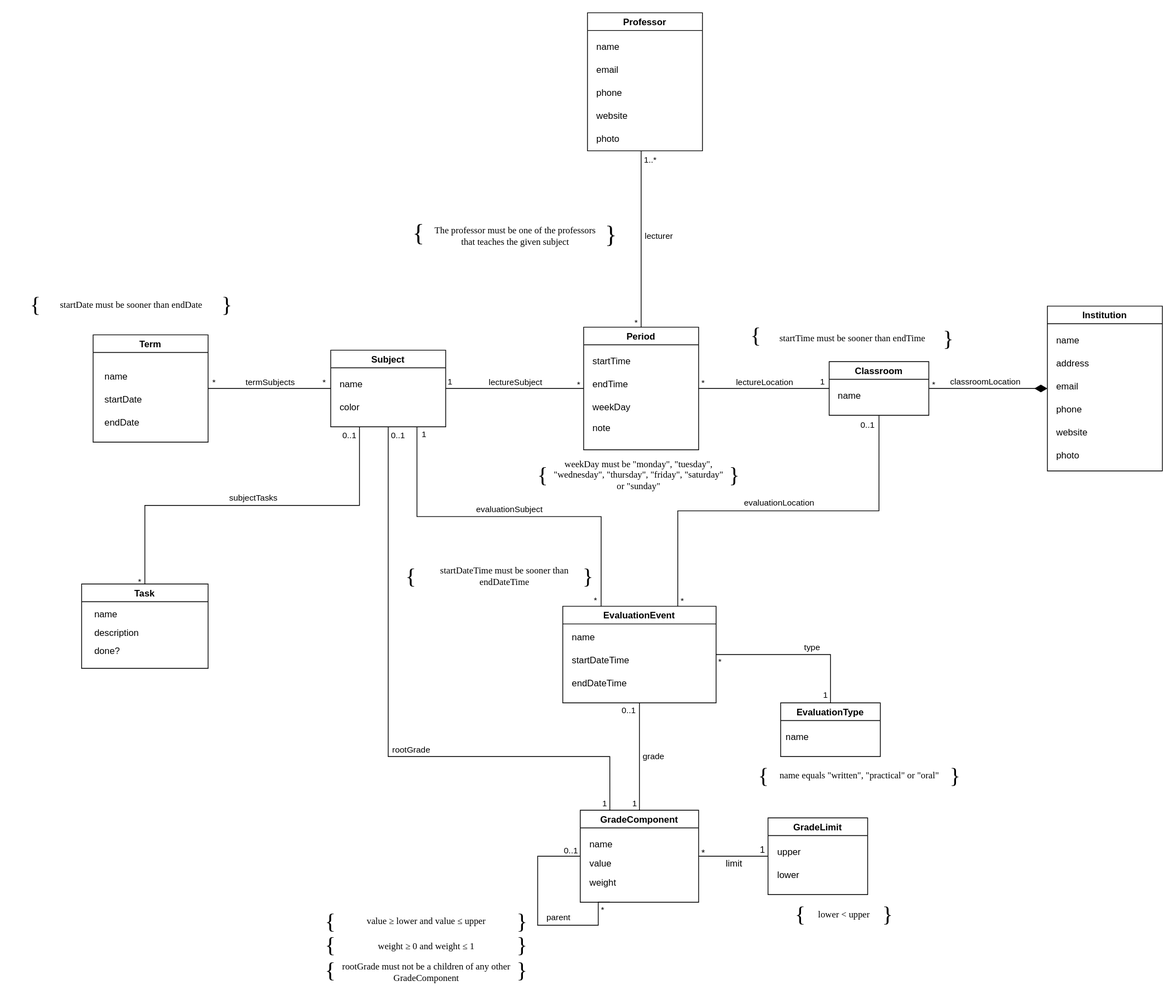
Earlier version of the draw.io export docs/uml.svg (dendinho-e-bolinha/bd). Source tidied: cells renumbered, new cells last; positions are measured from the earlier drawing's top-left corner, leaving out a move shared by most shapes.
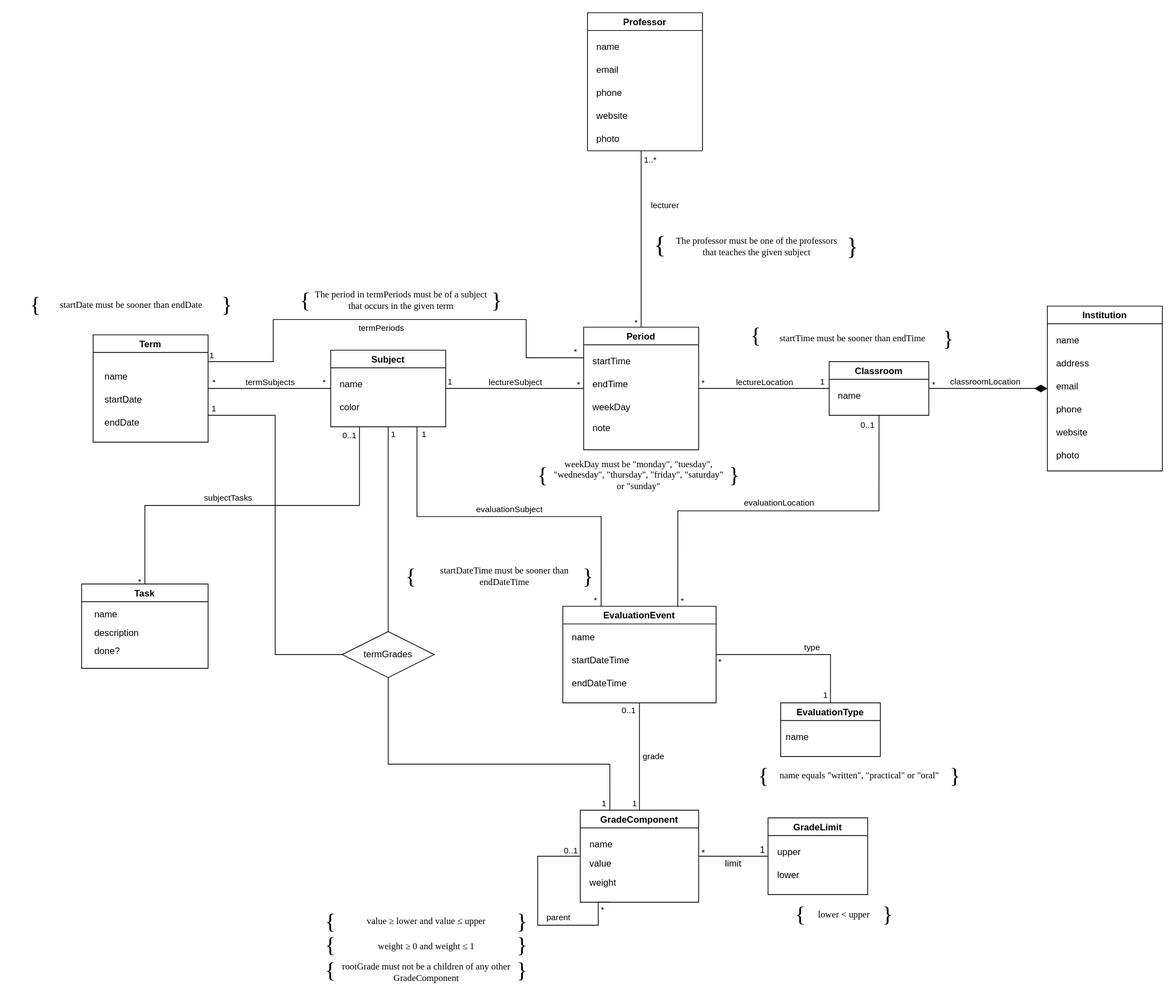
After the commit.

Change to the diagram source:
```diff
@@ -235,13 +235,13 @@
       </mxGeometry>
     </mxCell>
     <mxCell id="67" value="The professor must be one of the professors that teaches the given subject" style="text;html=1;strokeColor=none;fillColor=none;align=center;verticalAlign=middle;whiteSpace=wrap;rounded=0;fontFamily=Verdana;" parent="1" vertex="1">
-      <mxGeometry x="541" y="266" width="230" height="50" as="geometry" />
+      <mxGeometry x="855.5" y="280" width="230" height="50" as="geometry" />
     </mxCell>
     <mxCell id="68" value="&lt;font style=&quot;font-size: 32px;&quot; face=&quot;Verdana&quot;&gt;}&lt;/font&gt;" style="text;html=1;strokeColor=none;fillColor=none;align=center;verticalAlign=middle;whiteSpace=wrap;rounded=0;fontSize=32;" parent="1" vertex="1">
-      <mxGeometry x="751" y="274" width="60" height="30" as="geometry" />
+      <mxGeometry x="1065.5" y="290" width="60" height="30" as="geometry" />
     </mxCell>
     <mxCell id="69" value="&lt;font style=&quot;font-size: 32px;&quot; face=&quot;Verdana&quot;&gt;{&lt;/font&gt;" style="text;html=1;strokeColor=none;fillColor=none;align=center;verticalAlign=middle;whiteSpace=wrap;rounded=0;fontSize=32;" parent="1" vertex="1">
-      <mxGeometry x="500" y="272" width="60" height="30" as="geometry" />
+      <mxGeometry x="814.5" y="288" width="60" height="30" as="geometry" />
     </mxCell>
     <mxCell id="70" style="endArrow=none;html=1;rounded=0;entryX=0.25;entryY=0;entryDx=0;entryDy=0;exitX=0.75;exitY=1;exitDx=0;exitDy=0;edgeStyle=orthogonalEdgeStyle;endFill=0;" parent="1" edge="1" source="6" target="55">
       <mxGeometry relative="1" as="geometry" />
@@ -320,7 +320,7 @@
     </mxCell>
     <mxCell id="87" value="lecturer" style="edgeLabel;html=1;align=center;verticalAlign=middle;labelBackgroundColor=default;" parent="86" vertex="1">
       <mxGeometry relative="1" as="geometry">
-        <mxPoint x="22" y="-5" as="offset" />
+        <mxPoint x="30" y="-45" as="offset" />
       </mxGeometry>
     </mxCell>
     <mxCell id="88" value="1..*" style="edgeLabel;html=1;align=left;verticalAlign=bottom;labelBackgroundColor=none;" parent="86" vertex="1">
@@ -350,7 +350,7 @@
     </mxCell>
     <mxCell id="95" value="subjectTasks" style="edgeLabel;html=1;align=center;verticalAlign=middle;labelBackgroundColor=default;" parent="94" vertex="1">
       <mxGeometry relative="1" as="geometry">
-        <mxPoint y="-10" as="offset" />
+        <mxPoint x="-33" y="-10" as="offset" />
       </mxGeometry>
     </mxCell>
     <mxCell id="96" value="*" style="edgeLabel;html=1;align=left;verticalAlign=bottom;labelBackgroundColor=none;" parent="94" vertex="1">
@@ -387,27 +387,17 @@
     <mxCell id="105" value="weight ≥ 0 and weight ≤ 1 " style="text;html=1;strokeColor=none;fillColor=none;align=center;verticalAlign=middle;whiteSpace=wrap;rounded=0;fontFamily=Verdana;" parent="1" vertex="1">
       <mxGeometry x="425" y="1193" width="230" height="50" as="geometry" />
     </mxCell>
-    <mxCell id="106" style="endArrow=none;html=1;rounded=0;fontColor=default;exitX=0.5;exitY=1;exitDx=0;exitDy=0;entryX=0.25;entryY=0;entryDx=0;entryDy=0;edgeStyle=orthogonalEdgeStyle;endFill=0;" parent="1" edge="1" source="6" target="33">
+    <mxCell id="106" style="endArrow=none;html=1;rounded=0;fontColor=default;entryX=0.25;entryY=0;entryDx=0;entryDy=0;edgeStyle=orthogonalEdgeStyle;endFill=0;exitX=0.5;exitY=1;exitDx=0;exitDy=0;" parent="1" edge="1" source="135" target="33">
       <mxGeometry relative="1" as="geometry">
         <Array as="points">
-          <mxPoint x="490" y="970" />
-          <mxPoint x="779" y="970" />
+          <mxPoint x="490" y="980" />
+          <mxPoint x="779" y="980" />
         </Array>
       </mxGeometry>
     </mxCell>
-    <mxCell id="107" value="rootGrade" style="edgeLabel;html=1;align=center;verticalAlign=middle;labelBackgroundColor=default;fontColor=default;" parent="106" vertex="1">
-      <mxGeometry relative="1" as="geometry">
-        <mxPoint x="29" y="25" as="offset" />
-      </mxGeometry>
-    </mxCell>
-    <mxCell id="108" value="0..1" style="edgeLabel;html=1;align=left;verticalAlign=bottom;labelBackgroundColor=default;fontColor=default;" parent="106" vertex="1">
-      <mxGeometry x="-1" relative="1" as="geometry">
-        <mxPoint x="2" y="19" as="offset" />
-      </mxGeometry>
-    </mxCell>
     <mxCell id="109" value="1" style="edgeLabel;html=1;align=right;verticalAlign=bottom;labelBackgroundColor=none;fontColor=default;" parent="106" vertex="1">
       <mxGeometry x="1" relative="1" as="geometry">
-        <mxPoint x="-3" y="-1" as="offset" />
+        <mxPoint x="-4" y="-1" as="offset" />
       </mxGeometry>
     </mxCell>
     <mxCell id="110" value="classroomLocation" style="edgeLabel;html=1;align=center;verticalAlign=middle;labelBackgroundColor=default;" parent="1" vertex="1">
@@ -475,5 +465,57 @@
     <mxCell id="130" value="lower &amp;lt; upper" style="text;html=1;strokeColor=none;fillColor=none;align=center;verticalAlign=middle;whiteSpace=wrap;rounded=0;fontFamily=Verdana;" parent="1" vertex="1">
       <mxGeometry x="1050" y="1151" width="70" height="50" as="geometry" />
     </mxCell>
+    <mxCell id="131" style="endArrow=none;html=1;rounded=0;exitX=1;exitY=0.25;exitDx=0;exitDy=0;entryX=0;entryY=0.25;entryDx=0;entryDy=0;edgeStyle=orthogonalEdgeStyle;endFill=0;" parent="1" edge="1" source="2" target="9">
+      <mxGeometry relative="1" as="geometry">
+        <Array as="points">
+          <mxPoint x="340" y="455" />
+          <mxPoint x="340" y="400" />
+          <mxPoint x="670" y="400" />
+          <mxPoint x="670" y="450" />
+        </Array>
+      </mxGeometry>
+    </mxCell>
+    <mxCell id="132" value="termPeriods" style="edgeLabel;html=1;align=center;verticalAlign=middle;" parent="131" vertex="1">
+      <mxGeometry relative="1" as="geometry">
+        <mxPoint x="-18" y="10" as="offset" />
+      </mxGeometry>
+    </mxCell>
+    <mxCell id="133" value="1" style="edgeLabel;html=1;align=left;verticalAlign=bottom;" parent="131" vertex="1">
+      <mxGeometry x="-1" relative="1" as="geometry" />
+    </mxCell>
+    <mxCell id="134" value="*" style="edgeLabel;html=1;align=right;verticalAlign=bottom;" parent="131" vertex="1">
+      <mxGeometry x="1" relative="1" as="geometry">
+        <mxPoint x="-8" as="offset" />
+      </mxGeometry>
+    </mxCell>
+    <mxCell id="135" value="termGrades" style="shape=rhombus;perimeter=rhombusPerimeter;whiteSpace=wrap;html=1;align=center;" parent="1" vertex="1">
+      <mxGeometry x="430" y="807" width="120" height="60" as="geometry" />
+    </mxCell>
+    <mxCell id="136" style="endArrow=none;html=1;rounded=0;exitX=0.5;exitY=1;exitDx=0;exitDy=0;entryX=0.5;entryY=0;entryDx=0;entryDy=0;endFill=0;" parent="1" edge="1" source="6" target="135">
+      <mxGeometry relative="1" as="geometry" />
+    </mxCell>
+    <mxCell id="137" style="endArrow=none;html=1;rounded=0;exitX=1;exitY=0.75;exitDx=0;exitDy=0;entryX=0;entryY=0.5;entryDx=0;entryDy=0;edgeStyle=orthogonalEdgeStyle;endFill=0;" parent="1" edge="1" source="2" target="135">
+      <mxGeometry relative="1" as="geometry" />
+    </mxCell>
+    <mxCell id="138" value="1" style="edgeLabel;html=1;align=left;verticalAlign=bottom;" parent="137" vertex="1">
+      <mxGeometry x="-1" relative="1" as="geometry">
+        <mxPoint x="3" y="-1" as="offset" />
+      </mxGeometry>
+    </mxCell>
+    <mxCell id="139" value="1" style="edgeLabel;html=1;align=left;verticalAlign=bottom;" parent="1" vertex="1">
+      <mxGeometry x="492" y="558" as="geometry" />
+    </mxCell>
+    <mxCell id="140" style="group;" parent="1" vertex="1">
+      <mxGeometry x="351.8" y="350" width="310" height="50" as="geometry" />
+    </mxCell>
+    <mxCell id="141" value="The period in termPeriods must be of a subject that occurs in the given term" style="text;html=1;strokeColor=none;fillColor=none;align=center;verticalAlign=middle;whiteSpace=wrap;rounded=0;fontFamily=Verdana;" parent="140" vertex="1">
+      <mxGeometry x="40" width="230" height="50" as="geometry" />
+    </mxCell>
+    <mxCell id="142" value="&lt;font style=&quot;font-size: 29px;&quot; face=&quot;Verdana&quot;&gt;{&lt;/font&gt;" style="text;html=1;strokeColor=none;fillColor=none;align=center;verticalAlign=middle;whiteSpace=wrap;rounded=0;fontSize=29;" parent="140" vertex="1">
+      <mxGeometry width="60" height="50" as="geometry" />
+    </mxCell>
+    <mxCell id="143" value="&lt;font face=&quot;Verdana&quot;&gt;}&lt;/font&gt;" style="text;html=1;strokeColor=none;fillColor=none;align=center;verticalAlign=middle;whiteSpace=wrap;rounded=0;fontSize=29;" parent="140" vertex="1">
+      <mxGeometry x="250" width="60" height="50" as="geometry" />
+    </mxCell>
   </root>
 </mxGraphModel>
```
